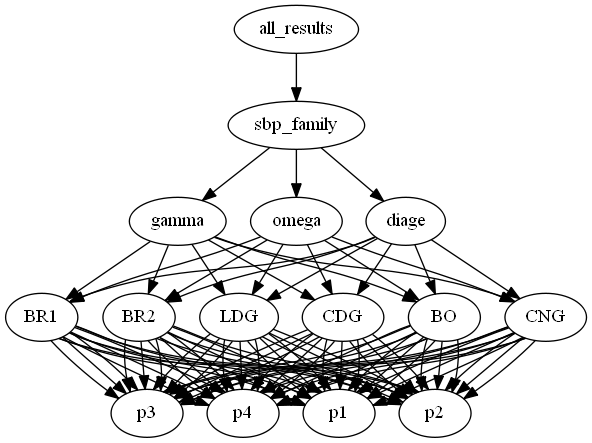
The Graphviz diagram visual/all_results_2d.dot.png in zolargwrk/PySBP, before a commit. Its source is kept beside it as visual/all_results_2d.dot.
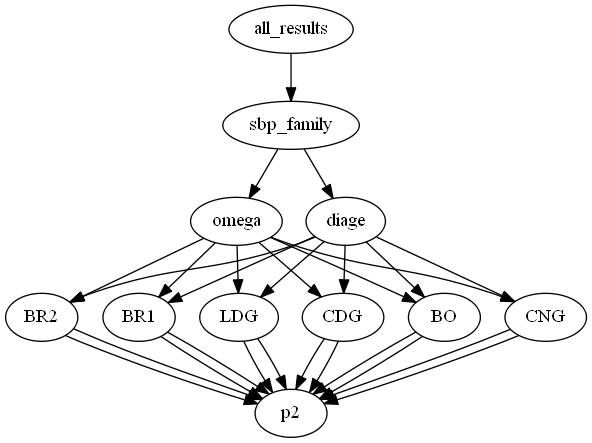
The same file after the commit.

Diff of the diagram source:
```diff
@@ -1,191 +1,57 @@
 digraph tree {
     "all_results";
     "sbp_family";
-    "gamma";
+    "omega";
+    "BR2";
+    "p2";
     "BR1";
-    "p1";
     "p2";
-    "p3";
-    "p4";
+    "LDG";
+    "p2";
+    "CDG";
+    "p2";
+    "BO";
+    "p2";
+    "CNG";
+    "p2";
+    "diage";
     "BR2";
-    "p1";
     "p2";
-    "p3";
-    "p4";
+    "BR1";
+    "p2";
     "LDG";
-    "p1";
     "p2";
-    "p3";
-    "p4";
     "CDG";
-    "p1";
     "p2";
-    "p3";
-    "p4";
     "BO";
-    "p1";
     "p2";
-    "p3";
-    "p4";
     "CNG";
-    "p1";
     "p2";
-    "p3";
-    "p4";
-    "omega";
-    "BR1";
-    "p1";
-    "p2";
-    "p3";
-    "p4";
-    "BR2";
-    "p1";
-    "p2";
-    "p3";
-    "p4";
-    "LDG";
-    "p1";
-    "p2";
-    "p3";
-    "p4";
-    "CDG";
-    "p1";
-    "p2";
-    "p3";
-    "p4";
-    "BO";
-    "p1";
-    "p2";
-    "p3";
-    "p4";
-    "CNG";
-    "p1";
-    "p2";
-    "p3";
-    "p4";
-    "diage";
-    "BR1";
-    "p1";
-    "p2";
-    "p3";
-    "p4";
-    "BR2";
-    "p1";
-    "p2";
-    "p3";
-    "p4";
-    "LDG";
-    "p1";
-    "p2";
-    "p3";
-    "p4";
-    "CDG";
-    "p1";
-    "p2";
-    "p3";
-    "p4";
-    "BO";
-    "p1";
-    "p2";
-    "p3";
-    "p4";
-    "CNG";
-    "p1";
-    "p2";
-    "p3";
-    "p4";
     "all_results" -> "sbp_family";
-    "sbp_family" -> "gamma";
     "sbp_family" -> "omega";
     "sbp_family" -> "diage";
-    "gamma" -> "BR1";
-    "gamma" -> "BR2";
-    "gamma" -> "LDG";
-    "gamma" -> "CDG";
-    "gamma" -> "BO";
-    "gamma" -> "CNG";
-    "BR1" -> "p1";
-    "BR1" -> "p2";
-    "BR1" -> "p3";
-    "BR1" -> "p4";
-    "BR2" -> "p1";
-    "BR2" -> "p2";
-    "BR2" -> "p3";
-    "BR2" -> "p4";
-    "LDG" -> "p1";
-    "LDG" -> "p2";
-    "LDG" -> "p3";
-    "LDG" -> "p4";
-    "CDG" -> "p1";
-    "CDG" -> "p2";
-    "CDG" -> "p3";
-    "CDG" -> "p4";
-    "BO" -> "p1";
-    "BO" -> "p2";
-    "BO" -> "p3";
-    "BO" -> "p4";
-    "CNG" -> "p1";
-    "CNG" -> "p2";
-    "CNG" -> "p3";
-    "CNG" -> "p4";
+    "omega" -> "BR2";
     "omega" -> "BR1";
-    "omega" -> "BR2";
     "omega" -> "LDG";
     "omega" -> "CDG";
     "omega" -> "BO";
     "omega" -> "CNG";
-    "BR1" -> "p1";
+    "BR2" -> "p2";
     "BR1" -> "p2";
-    "BR1" -> "p3";
-    "BR1" -> "p4";
-    "BR2" -> "p1";
-    "BR2" -> "p2";
-    "BR2" -> "p3";
-    "BR2" -> "p4";
-    "LDG" -> "p1";
     "LDG" -> "p2";
-    "LDG" -> "p3";
-    "LDG" -> "p4";
-    "CDG" -> "p1";
     "CDG" -> "p2";
-    "CDG" -> "p3";
-    "CDG" -> "p4";
-    "BO" -> "p1";
     "BO" -> "p2";
-    "BO" -> "p3";
-    "BO" -> "p4";
-    "CNG" -> "p1";
     "CNG" -> "p2";
-    "CNG" -> "p3";
-    "CNG" -> "p4";
+    "diage" -> "BR2";
     "diage" -> "BR1";
-    "diage" -> "BR2";
     "diage" -> "LDG";
     "diage" -> "CDG";
     "diage" -> "BO";
     "diage" -> "CNG";
-    "BR1" -> "p1";
+    "BR2" -> "p2";
     "BR1" -> "p2";
-    "BR1" -> "p3";
-    "BR1" -> "p4";
-    "BR2" -> "p1";
-    "BR2" -> "p2";
-    "BR2" -> "p3";
-    "BR2" -> "p4";
-    "LDG" -> "p1";
     "LDG" -> "p2";
-    "LDG" -> "p3";
-    "LDG" -> "p4";
-    "CDG" -> "p1";
     "CDG" -> "p2";
-    "CDG" -> "p3";
-    "CDG" -> "p4";
-    "BO" -> "p1";
     "BO" -> "p2";
-    "BO" -> "p3";
-    "BO" -> "p4";
-    "CNG" -> "p1";
     "CNG" -> "p2";
-    "CNG" -> "p3";
-    "CNG" -> "p4";
 }
```
